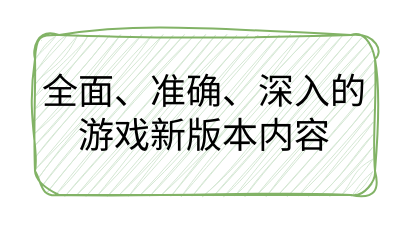
This is 版本库.drawio from skindhu/9GAG, a draw.io file, before an edit. Source tidied: cells renumbered, new cells numbered last; positions are measured from the earlier drawing's top-left corner, leaving out a move shared by most shapes. Both pictures are drawn from the tidied source at 200%, with x=0, y=0 at pixel (34, 34).
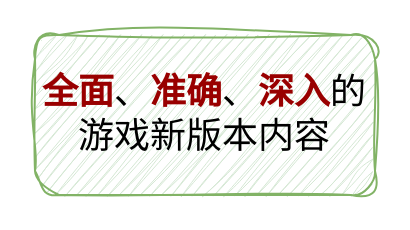
Above is the later version.

Commit message (it also covers changes not shown here):
更新版本库.drawio

Diff of the diagram source:
```diff
@@
 <mxGraphModel>
   <root>
     <mxCell id="0" />
     <mxCell id="1" parent="0" />
-    <mxCell id="2" value="&lt;span style=&quot;font-size: 18px;&quot;&gt;全面、准确、深入的游戏新版本内容&lt;/span&gt;" style="rounded=1;whiteSpace=wrap;html=1;sketch=1;hachureGap=4;jiggle=2;curveFitting=1;fontFamily=Architects Daughter;fillColor=#d5e8d4;strokeColor=#82b366;" parent="1" vertex="1">
+    <mxCell id="2" value="&lt;span style=&quot;font-size: 18px;&quot;&gt;&lt;font style=&quot;color: rgb(153, 0, 0);&quot;&gt;&lt;b&gt;全面&lt;/b&gt;&lt;/font&gt;、&lt;font style=&quot;color: rgb(153, 0, 0);&quot;&gt;&lt;b style=&quot;&quot;&gt;准确&lt;/b&gt;&lt;/font&gt;、&lt;font style=&quot;color: rgb(153, 0, 0);&quot;&gt;&lt;b&gt;深入&lt;/b&gt;&lt;/font&gt;的游戏新版本内容&lt;/span&gt;" style="rounded=1;whiteSpace=wrap;html=1;sketch=1;hachureGap=4;jiggle=2;curveFitting=1;fontFamily=Architects Daughter;fillColor=#d5e8d4;strokeColor=#82b366;" parent="1" vertex="1">
       <mxGeometry width="170" height="80" as="geometry" />
     </mxCell>
   </root>
 </mxGraphModel>
```
